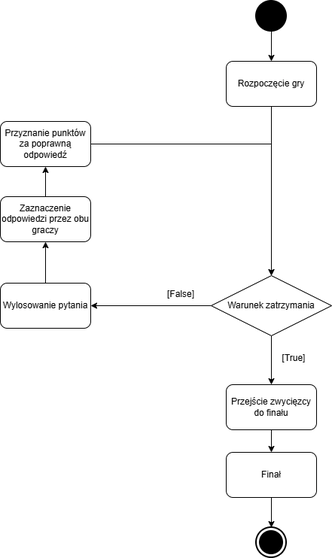
JakHar3/POiIO_JakubHarlacz_BartoszJurkowski_projekt keeps this draw.io diagram as photos/diagram_czyn.png. Above is the earlier version. Source tidied: cells renumbered, new cells last; positions are measured from the earlier drawing's top-left corner, leaving out a move shared by most shapes.
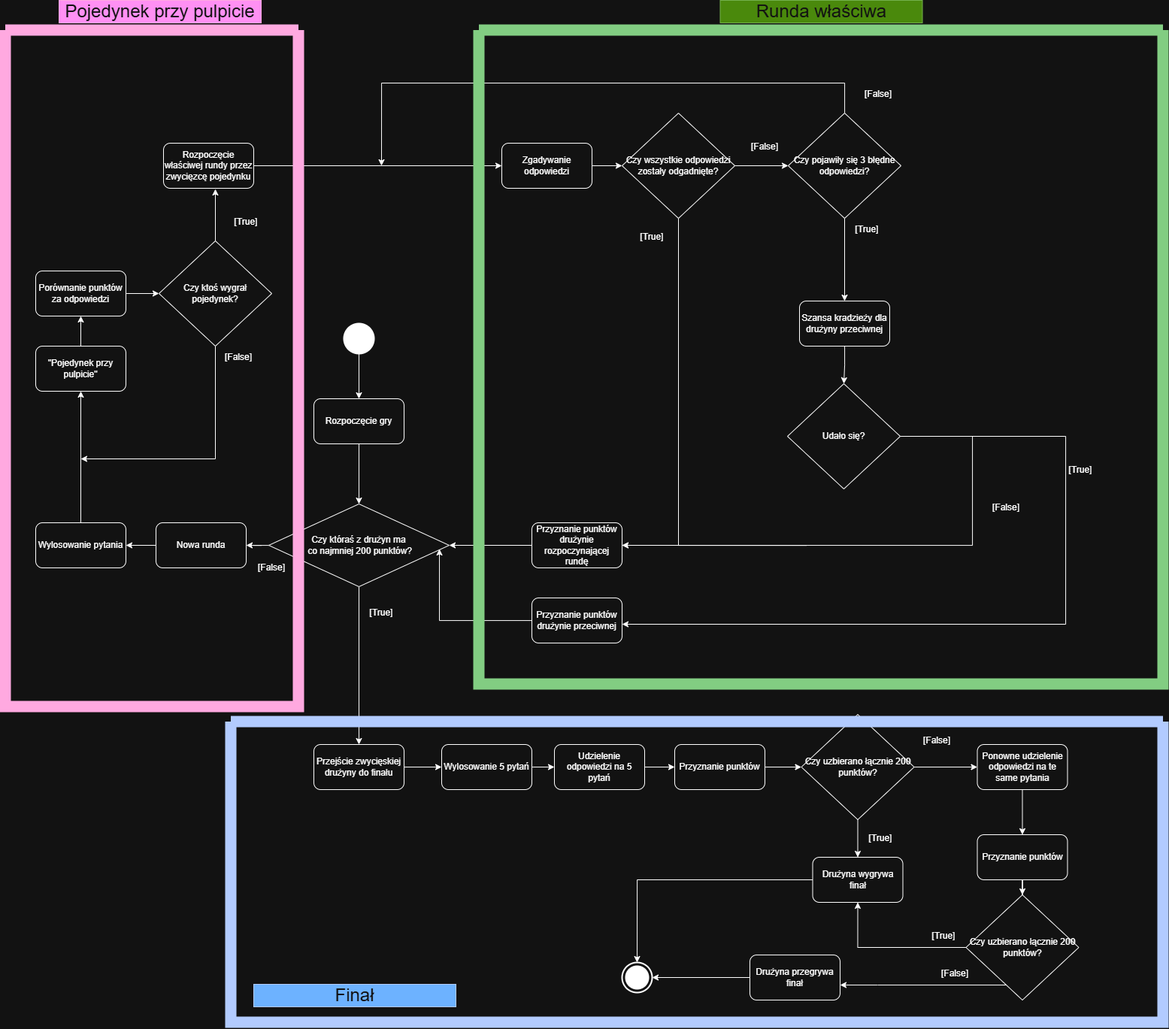
After the change.

Commit message:
Aktualizacja diagramu czynności

Aktualizacja diagramu czynności tak aby był zgodny z finalną wersją.

Diff of the diagram source:
```diff
@@ -6,61 +6,271 @@
       <mxGeometry relative="1" as="geometry" />
     </mxCell>
     <mxCell id="3" value="Rozpoczęcie gry" style="rounded=1;whiteSpace=wrap;html=1;" parent="1" vertex="1">
-      <mxGeometry x="300" y="80" width="120" height="60" as="geometry" />
+      <mxGeometry x="340" y="180" width="120" height="60" as="geometry" />
     </mxCell>
-    <mxCell id="4" style="edgeStyle=orthogonalEdgeStyle;rounded=0;jettySize=auto;html=1;entryX=0.5;entryY=1;entryDx=0;entryDy=0;" parent="1" edge="1" source="5" target="7">
-      <mxGeometry relative="1" as="geometry" />
-    </mxCell>
+    <mxCell id="22" style="edgeStyle=orthogonalEdgeStyle;rounded=0;jettySize=auto;html=1;entryX=0.5;entryY=1;entryDx=0;entryDy=0;" parent="1" edge="1" source="5" target="26">
+      <mxGeometry relative="1" as="geometry" />
+    </mxCell>
     <mxCell id="5" value="Wylosowanie pytania" style="rounded=1;whiteSpace=wrap;html=1;" parent="1" vertex="1">
-      <mxGeometry y="375" width="120" height="60" as="geometry" />
+      <mxGeometry x="-30" y="345" width="120" height="60" as="geometry" />
     </mxCell>
-    <mxCell id="6" style="edgeStyle=orthogonalEdgeStyle;rounded=0;jettySize=auto;html=1;" parent="1" edge="1" source="7" target="12">
-      <mxGeometry relative="1" as="geometry" />
-    </mxCell>
-    <mxCell id="7" value="Zaznaczenie odpowiedzi przez obu graczy" style="rounded=1;whiteSpace=wrap;html=1;" parent="1" vertex="1">
-      <mxGeometry y="260" width="120" height="60" as="geometry" />
-    </mxCell>
-    <mxCell id="8" style="edgeStyle=orthogonalEdgeStyle;rounded=0;jettySize=auto;html=1;entryX=1;entryY=0.5;entryDx=0;entryDy=0;" parent="1" edge="1" source="10" target="5">
-      <mxGeometry relative="1" as="geometry" />
-    </mxCell>
     <mxCell id="9" style="edgeStyle=orthogonalEdgeStyle;rounded=0;jettySize=auto;html=1;entryX=0.5;entryY=0;entryDx=0;entryDy=0;" parent="1" edge="1" source="10" target="15">
       <mxGeometry relative="1" as="geometry" />
     </mxCell>
+    <mxCell id="23" style="edgeStyle=orthogonalEdgeStyle;rounded=0;jettySize=auto;html=1;entryX=1;entryY=0.5;entryDx=0;entryDy=0;" parent="1" edge="1" source="10" target="28">
+      <mxGeometry relative="1" as="geometry" />
+    </mxCell>
-    <mxCell id="10" value="Warunek zatrzymania" style="rhombus;whiteSpace=wrap;html=1;" parent="1" vertex="1">
-      <mxGeometry x="280" y="365" width="160" height="80" as="geometry" />
+    <mxCell id="10" value="Czy któraś z drużyn ma&lt;br&gt;&amp;nbsp;co najmniej 200 punktów?" style="rhombus;whiteSpace=wrap;html=1;" parent="1" vertex="1">
+      <mxGeometry x="280" y="320" width="240" height="110" as="geometry" />
     </mxCell>
-    <mxCell id="11" style="edgeStyle=orthogonalEdgeStyle;rounded=0;jettySize=auto;html=1;entryX=0.5;entryY=0;entryDx=0;entryDy=0;" parent="1" edge="1" source="12" target="10">
-      <mxGeometry relative="1" as="geometry" />
-    </mxCell>
-    <mxCell id="12" value="Przyznanie punktów za poprawną odpowiedź" style="rounded=1;whiteSpace=wrap;html=1;" parent="1" vertex="1">
-      <mxGeometry y="160" width="120" height="60" as="geometry" />
-    </mxCell>
     <mxCell id="13" value="[False]" style="text;html=1;whiteSpace=wrap;strokeColor=none;fillColor=none;align=center;verticalAlign=middle;rounded=0;" parent="1" vertex="1">
-      <mxGeometry x="210" y="375" width="60" height="30" as="geometry" />
+      <mxGeometry x="254" y="390" width="60" height="30" as="geometry" />
     </mxCell>
     <mxCell id="14" style="edgeStyle=orthogonalEdgeStyle;rounded=0;jettySize=auto;html=1;" parent="1" edge="1" source="15" target="19">
       <mxGeometry relative="1" as="geometry" />
     </mxCell>
-    <mxCell id="15" value="Przejście zwycięzcy do finału" style="rounded=1;whiteSpace=wrap;html=1;" parent="1" vertex="1">
-      <mxGeometry x="300" y="510" width="120" height="60" as="geometry" />
+    <mxCell id="15" value="Przejście zwycięskiej drużyny do finału" style="rounded=1;whiteSpace=wrap;html=1;" parent="1" vertex="1">
+      <mxGeometry x="340" y="640" width="120" height="60" as="geometry" />
     </mxCell>
     <mxCell id="16" value="[True]" style="text;html=1;whiteSpace=wrap;strokeColor=none;fillColor=none;align=center;verticalAlign=middle;rounded=0;" parent="1" vertex="1">
-      <mxGeometry x="360" y="460" width="60" height="30" as="geometry" />
+      <mxGeometry x="400" y="450" width="60" height="30" as="geometry" />
     </mxCell>
     <mxCell id="17" style="edgeStyle=orthogonalEdgeStyle;rounded=0;jettySize=auto;html=1;entryX=0.5;entryY=0;entryDx=0;entryDy=0;" parent="1" edge="1" source="18" target="3">
       <mxGeometry relative="1" as="geometry" />
     </mxCell>
     <mxCell id="18" style="shape=ellipse;html=1;fillColor=strokeColor;strokeWidth=2;verticalLabelPosition=bottom;verticalAlignment=top;perimeter=ellipsePerimeter;" parent="1" vertex="1">
-      <mxGeometry x="340" width="40" height="40" as="geometry" />
+      <mxGeometry x="380" y="80" width="40" height="40" as="geometry" />
     </mxCell>
+    <mxCell id="24" style="edgeStyle=orthogonalEdgeStyle;rounded=0;jettySize=auto;html=1;entryX=0;entryY=0.5;entryDx=0;entryDy=0;" parent="1" edge="1" source="19" target="62">
+      <mxGeometry relative="1" as="geometry" />
+    </mxCell>
-    <mxCell id="19" value="Finał" style="rounded=1;whiteSpace=wrap;html=1;" parent="1" vertex="1">
-      <mxGeometry x="300" y="600" width="120" height="60" as="geometry" />
+    <mxCell id="19" value="Wylosowanie 5 pytań" style="rounded=1;whiteSpace=wrap;html=1;" parent="1" vertex="1">
+      <mxGeometry x="510" y="640" width="120" height="60" as="geometry" />
     </mxCell>
     <mxCell id="20" style="html=1;shape=mxgraph.sysml.actFinal;strokeWidth=2;verticalLabelPosition=bottom;verticalAlignment=top;" parent="1" vertex="1">
-      <mxGeometry x="340" y="700" width="40" height="40" as="geometry" />
+      <mxGeometry x="750" y="930" width="40" height="40" as="geometry" />
     </mxCell>
-    <mxCell id="21" style="edgeStyle=orthogonalEdgeStyle;rounded=0;jettySize=auto;html=1;entryX=0.5;entryY=0;entryDx=0;entryDy=0;entryPerimeter=0;" parent="1" edge="1" source="19" target="20">
-      <mxGeometry relative="1" as="geometry" />
-    </mxCell>
+    <mxCell id="25" style="edgeStyle=orthogonalEdgeStyle;rounded=0;jettySize=auto;html=1;entryX=0.5;entryY=1;entryDx=0;entryDy=0;" parent="1" edge="1" source="26" target="30">
+      <mxGeometry relative="1" as="geometry" />
+    </mxCell>
+    <mxCell id="26" value="&quot;Pojedynek przy pulpicie&quot;" style="rounded=1;whiteSpace=wrap;html=1;" parent="1" vertex="1">
+      <mxGeometry x="-30" y="110" width="120" height="60" as="geometry" />
+    </mxCell>
+    <mxCell id="27" style="edgeStyle=orthogonalEdgeStyle;rounded=0;jettySize=auto;html=1;" parent="1" edge="1" source="28" target="5">
+      <mxGeometry relative="1" as="geometry" />
+    </mxCell>
+    <mxCell id="28" value="Nowa runda" style="rounded=1;whiteSpace=wrap;html=1;" parent="1" vertex="1">
+      <mxGeometry x="130" y="345" width="120" height="60" as="geometry" />
+    </mxCell>
+    <mxCell id="29" style="edgeStyle=orthogonalEdgeStyle;rounded=0;jettySize=auto;html=1;entryX=0;entryY=0.5;entryDx=0;entryDy=0;" parent="1" edge="1" source="30" target="36">
+      <mxGeometry relative="1" as="geometry" />
+    </mxCell>
+    <mxCell id="30" value="Porównanie punktów za odpowiedzi" style="rounded=1;whiteSpace=wrap;html=1;" parent="1" vertex="1">
+      <mxGeometry x="-30" y="10" width="120" height="60" as="geometry" />
+    </mxCell>
+    <mxCell id="31" style="edgeStyle=orthogonalEdgeStyle;rounded=0;jettySize=auto;html=1;entryX=0;entryY=0.5;entryDx=0;entryDy=0;" parent="1" edge="1" source="32" target="39">
+      <mxGeometry relative="1" as="geometry" />
+    </mxCell>
+    <mxCell id="32" value="Rozpoczęcie właściwej rundy przez zwycięzcę pojedynku" style="rounded=1;whiteSpace=wrap;html=1;" parent="1" vertex="1">
+      <mxGeometry x="140" y="-160" width="120" height="60" as="geometry" />
+    </mxCell>
+    <mxCell id="33" value="[True]" style="text;html=1;whiteSpace=wrap;strokeColor=none;fillColor=none;align=center;verticalAlign=middle;rounded=0;" parent="1" vertex="1">
+      <mxGeometry x="220" y="-70" width="60" height="30" as="geometry" />
+    </mxCell>
+    <mxCell id="34" value="[False]" style="text;html=1;whiteSpace=wrap;strokeColor=none;fillColor=none;align=center;verticalAlign=middle;rounded=0;" parent="1" vertex="1">
+      <mxGeometry x="210" y="110" width="60" height="30" as="geometry" />
+    </mxCell>
+    <mxCell id="35" style="edgeStyle=orthogonalEdgeStyle;rounded=0;jettySize=auto;html=1;" parent="1" edge="1" source="36">
+      <mxGeometry relative="1" as="geometry">
+        <mxPoint x="30" y="260" as="targetPoint" />
+        <Array as="points">
+          <mxPoint x="209" y="260" />
+        </Array>
+      </mxGeometry>
+    </mxCell>
+    <mxCell id="36" value="Czy ktoś wygrał pojedynek?" style="rhombus;whiteSpace=wrap;html=1;" parent="1" vertex="1">
+      <mxGeometry x="134" y="-30" width="150" height="140" as="geometry" />
+    </mxCell>
+    <mxCell id="37" style="edgeStyle=orthogonalEdgeStyle;rounded=0;jettySize=auto;html=1;entryX=0.575;entryY=1.017;entryDx=0;entryDy=0;entryPerimeter=0;" parent="1" edge="1" source="36" target="32">
+      <mxGeometry relative="1" as="geometry" />
+    </mxCell>
+    <mxCell id="38" style="edgeStyle=orthogonalEdgeStyle;rounded=0;jettySize=auto;html=1;entryX=0;entryY=0.5;entryDx=0;entryDy=0;" parent="1" edge="1" source="39" target="45">
+      <mxGeometry relative="1" as="geometry" />
+    </mxCell>
+    <mxCell id="39" value="Zgadywanie odpowiedzi" style="rounded=1;whiteSpace=wrap;html=1;" parent="1" vertex="1">
+      <mxGeometry x="590" y="-160" width="120" height="60" as="geometry" />
+    </mxCell>
+    <mxCell id="40" style="edgeStyle=orthogonalEdgeStyle;rounded=0;jettySize=auto;html=1;" parent="1" edge="1" source="42">
+      <mxGeometry relative="1" as="geometry">
+        <mxPoint x="430" y="-130" as="targetPoint" />
+        <Array as="points">
+          <mxPoint x="1046" y="-240" />
+          <mxPoint x="430" y="-240" />
+        </Array>
+      </mxGeometry>
+    </mxCell>
+    <mxCell id="41" style="edgeStyle=orthogonalEdgeStyle;rounded=0;jettySize=auto;html=1;entryX=0.5;entryY=0;entryDx=0;entryDy=0;" parent="1" edge="1" source="42" target="53">
+      <mxGeometry relative="1" as="geometry" />
+    </mxCell>
+    <mxCell id="42" value="Czy pojawiły się 3 błędne odpowiedzi?" style="rhombus;whiteSpace=wrap;html=1;" parent="1" vertex="1">
+      <mxGeometry x="971" y="-200" width="150" height="140" as="geometry" />
+    </mxCell>
+    <mxCell id="43" style="edgeStyle=orthogonalEdgeStyle;rounded=0;jettySize=auto;html=1;entryX=1;entryY=0.5;entryDx=0;entryDy=0;" parent="1" edge="1" source="45" target="47">
+      <mxGeometry relative="1" as="geometry">
+        <Array as="points">
+          <mxPoint x="995" y="375" />
+          <mxPoint x="780" y="375" />
+        </Array>
+      </mxGeometry>
+    </mxCell>
+    <mxCell id="44" style="edgeStyle=orthogonalEdgeStyle;rounded=0;jettySize=auto;html=1;entryX=0;entryY=0.5;entryDx=0;entryDy=0;" parent="1" edge="1" source="45" target="42">
+      <mxGeometry relative="1" as="geometry" />
+    </mxCell>
+    <mxCell id="45" value="Czy wszystkie odpowiedzi zostały odgadnięte?" style="rhombus;whiteSpace=wrap;html=1;" parent="1" vertex="1">
+      <mxGeometry x="750" y="-200" width="150" height="140" as="geometry" />
+    </mxCell>
+    <mxCell id="46" style="edgeStyle=orthogonalEdgeStyle;rounded=0;jettySize=auto;html=1;" parent="1" edge="1" source="47" target="10">
+      <mxGeometry relative="1" as="geometry" />
+    </mxCell>
+    <mxCell id="47" value="Przyznanie punktów drużynie rozpoczynającej rundę" style="rounded=1;whiteSpace=wrap;html=1;" parent="1" vertex="1">
+      <mxGeometry x="630" y="345" width="120" height="60" as="geometry" />
+    </mxCell>
+    <mxCell id="48" value="[True]" style="text;html=1;whiteSpace=wrap;strokeColor=none;fillColor=none;align=center;verticalAlign=middle;rounded=0;" parent="1" vertex="1">
+      <mxGeometry x="760" y="-50" width="60" height="30" as="geometry" />
+    </mxCell>
+    <mxCell id="49" value="[False]" style="text;html=1;whiteSpace=wrap;strokeColor=none;fillColor=none;align=center;verticalAlign=middle;rounded=0;" parent="1" vertex="1">
+      <mxGeometry x="910" y="-170" width="60" height="30" as="geometry" />
+    </mxCell>
+    <mxCell id="50" value="[False]" style="text;html=1;whiteSpace=wrap;strokeColor=none;fillColor=none;align=center;verticalAlign=middle;rounded=0;" parent="1" vertex="1">
+      <mxGeometry x="1061" y="-240" width="60" height="30" as="geometry" />
+    </mxCell>
+    <mxCell id="51" value="[True]" style="text;html=1;whiteSpace=wrap;strokeColor=none;fillColor=none;align=center;verticalAlign=middle;rounded=0;" parent="1" vertex="1">
+      <mxGeometry x="1046" y="-60" width="60" height="30" as="geometry" />
+    </mxCell>
+    <mxCell id="52" style="edgeStyle=orthogonalEdgeStyle;rounded=0;jettySize=auto;html=1;entryX=0.5;entryY=0;entryDx=0;entryDy=0;" parent="1" edge="1" source="53" target="56">
+      <mxGeometry relative="1" as="geometry" />
+    </mxCell>
+    <mxCell id="53" value="Szansa kradzieży dla drużyny przeciwnej" style="rounded=1;whiteSpace=wrap;html=1;" parent="1" vertex="1">
+      <mxGeometry x="986" y="50" width="120" height="60" as="geometry" />
+    </mxCell>
+    <mxCell id="54" style="edgeStyle=orthogonalEdgeStyle;rounded=0;jettySize=auto;html=1;entryX=1;entryY=0.5;entryDx=0;entryDy=0;" parent="1" edge="1" source="56" target="47">
+      <mxGeometry relative="1" as="geometry">
+        <Array as="points">
+          <mxPoint x="1216" y="375" />
+        </Array>
+      </mxGeometry>
+    </mxCell>
+    <mxCell id="55" style="edgeStyle=orthogonalEdgeStyle;rounded=0;jettySize=auto;html=1;" parent="1" edge="1" source="56" target="59">
+      <mxGeometry relative="1" as="geometry">
+        <Array as="points">
+          <mxPoint x="1340" y="230" />
+          <mxPoint x="1340" y="480" />
+        </Array>
+      </mxGeometry>
+    </mxCell>
+    <mxCell id="56" value="Udało się?" style="rhombus;whiteSpace=wrap;html=1;" parent="1" vertex="1">
+      <mxGeometry x="970" y="160" width="150" height="140" as="geometry" />
+    </mxCell>
+    <mxCell id="57" value="[False]" style="text;html=1;whiteSpace=wrap;strokeColor=none;fillColor=none;align=center;verticalAlign=middle;rounded=0;" parent="1" vertex="1">
+      <mxGeometry x="1231" y="310" width="60" height="30" as="geometry" />
+    </mxCell>
+    <mxCell id="58" value="[True]" style="text;html=1;whiteSpace=wrap;strokeColor=none;fillColor=none;align=center;verticalAlign=middle;rounded=0;" parent="1" vertex="1">
+      <mxGeometry x="1330" y="260" width="60" height="30" as="geometry" />
+    </mxCell>
+    <mxCell id="59" value="Przyznanie punktów drużynie przeciwnej" style="rounded=1;whiteSpace=wrap;html=1;" parent="1" vertex="1">
+      <mxGeometry x="630" y="445" width="120" height="60" as="geometry" />
+    </mxCell>
+    <mxCell id="60" style="edgeStyle=orthogonalEdgeStyle;rounded=0;jettySize=auto;html=1;entryX=0.946;entryY=0.545;entryDx=0;entryDy=0;entryPerimeter=0;" parent="1" edge="1" source="59" target="10">
+      <mxGeometry relative="1" as="geometry" />
+    </mxCell>
+    <mxCell id="61" style="edgeStyle=orthogonalEdgeStyle;rounded=0;jettySize=auto;html=1;entryX=0;entryY=0.5;entryDx=0;entryDy=0;" parent="1" edge="1" source="62" target="76">
+      <mxGeometry relative="1" as="geometry" />
+    </mxCell>
+    <mxCell id="62" value="Udzielenie odpowiedzi na 5 pytań" style="rounded=1;whiteSpace=wrap;html=1;" parent="1" vertex="1">
+      <mxGeometry x="660" y="640" width="120" height="60" as="geometry" />
+    </mxCell>
+    <mxCell id="63" style="edgeStyle=orthogonalEdgeStyle;rounded=0;jettySize=auto;html=1;entryX=0.5;entryY=0;entryDx=0;entryDy=0;" parent="1" edge="1" source="65" target="68">
+      <mxGeometry relative="1" as="geometry" />
+    </mxCell>
+    <mxCell id="64" style="edgeStyle=orthogonalEdgeStyle;rounded=0;jettySize=auto;html=1;" parent="1" edge="1" source="65" target="71">
+      <mxGeometry relative="1" as="geometry" />
+    </mxCell>
+    <mxCell id="65" value="Czy uzbierano łącznie 200 punktów?" style="rhombus;whiteSpace=wrap;html=1;" parent="1" vertex="1">
+      <mxGeometry x="988.5" y="600" width="150" height="140" as="geometry" />
+    </mxCell>
+    <mxCell id="66" value="[False]" style="text;html=1;whiteSpace=wrap;strokeColor=none;fillColor=none;align=center;verticalAlign=middle;rounded=0;" parent="1" vertex="1">
+      <mxGeometry x="1138.5" y="620" width="60" height="30" as="geometry" />
+    </mxCell>
+    <mxCell id="67" value="[True]" style="text;html=1;whiteSpace=wrap;strokeColor=none;fillColor=none;align=center;verticalAlign=middle;rounded=0;" parent="1" vertex="1">
+      <mxGeometry x="1063.5" y="750" width="60" height="30" as="geometry" />
+    </mxCell>
+    <mxCell id="68" value="Drużyna wygrywa finał" style="rounded=1;whiteSpace=wrap;html=1;" parent="1" vertex="1">
+      <mxGeometry x="1003.5" y="790" width="120" height="60" as="geometry" />
+    </mxCell>
+    <mxCell id="69" style="edgeStyle=orthogonalEdgeStyle;rounded=0;jettySize=auto;html=1;entryX=0.5;entryY=0;entryDx=0;entryDy=0;entryPerimeter=0;" parent="1" edge="1" source="68" target="20">
+      <mxGeometry relative="1" as="geometry" />
+    </mxCell>
+    <mxCell id="70" style="edgeStyle=orthogonalEdgeStyle;rounded=0;jettySize=auto;html=1;entryX=0.5;entryY=0;entryDx=0;entryDy=0;" parent="1" edge="1" source="71" target="78">
+      <mxGeometry relative="1" as="geometry" />
+    </mxCell>
+    <mxCell id="71" value="Ponowne udzielenie odpowiedzi na te same pytania" style="rounded=1;whiteSpace=wrap;html=1;" parent="1" vertex="1">
+      <mxGeometry x="1222.5" y="640" width="120" height="60" as="geometry" />
+    </mxCell>
+    <mxCell id="72" style="edgeStyle=orthogonalEdgeStyle;rounded=0;jettySize=auto;html=1;entryX=0.5;entryY=1;entryDx=0;entryDy=0;" parent="1" edge="1" source="74" target="68">
+      <mxGeometry relative="1" as="geometry" />
+    </mxCell>
+    <mxCell id="73" style="edgeStyle=orthogonalEdgeStyle;rounded=0;jettySize=auto;html=1;" parent="1" edge="1" source="74" target="81">
+      <mxGeometry relative="1" as="geometry">
+        <Array as="points">
+          <mxPoint x="1090" y="960" />
+          <mxPoint x="1090" y="960" />
+        </Array>
+      </mxGeometry>
+    </mxCell>
+    <mxCell id="74" value="Czy uzbierano łącznie 200 punktów?" style="rhombus;whiteSpace=wrap;html=1;" parent="1" vertex="1">
+      <mxGeometry x="1207.5" y="840" width="150" height="140" as="geometry" />
+    </mxCell>
+    <mxCell id="75" style="edgeStyle=orthogonalEdgeStyle;rounded=0;jettySize=auto;html=1;entryX=0;entryY=0.5;entryDx=0;entryDy=0;" parent="1" edge="1" source="76" target="65">
+      <mxGeometry relative="1" as="geometry" />
+    </mxCell>
+    <mxCell id="76" value="Przyznanie punktów" style="rounded=1;whiteSpace=wrap;html=1;" parent="1" vertex="1">
+      <mxGeometry x="820" y="640" width="120" height="60" as="geometry" />
+    </mxCell>
+    <mxCell id="77" style="edgeStyle=orthogonalEdgeStyle;rounded=0;jettySize=auto;html=1;entryX=0.5;entryY=0;entryDx=0;entryDy=0;" parent="1" edge="1" source="78" target="74">
+      <mxGeometry relative="1" as="geometry" />
+    </mxCell>
+    <mxCell id="78" value="Przyznanie punktów" style="rounded=1;whiteSpace=wrap;html=1;" parent="1" vertex="1">
+      <mxGeometry x="1222.5" y="760" width="120" height="60" as="geometry" />
+    </mxCell>
+    <mxCell id="79" value="[True]" style="text;html=1;whiteSpace=wrap;strokeColor=none;fillColor=none;align=center;verticalAlign=middle;rounded=0;" parent="1" vertex="1">
+      <mxGeometry x="1147.5" y="880" width="60" height="30" as="geometry" />
+    </mxCell>
+    <mxCell id="80" value="[False]" style="text;html=1;whiteSpace=wrap;strokeColor=none;fillColor=none;align=center;verticalAlign=middle;rounded=0;" parent="1" vertex="1">
+      <mxGeometry x="1162.5" y="930" width="60" height="30" as="geometry" />
+    </mxCell>
+    <mxCell id="81" value="Drużyna przegrywa finał" style="rounded=1;whiteSpace=wrap;html=1;" parent="1" vertex="1">
+      <mxGeometry x="920" y="920" width="120" height="60" as="geometry" />
+    </mxCell>
+    <mxCell id="82" style="edgeStyle=orthogonalEdgeStyle;rounded=0;jettySize=auto;html=1;entryX=1;entryY=0.5;entryDx=0;entryDy=0;entryPerimeter=0;" parent="1" edge="1" source="81" target="20">
+      <mxGeometry relative="1" as="geometry" />
+    </mxCell>
+    <mxCell id="83" style="swimlane;startSize=0;fillColor=#008a00;fontColor=#ffffff;strokeColor=#005700;strokeWidth=15;" parent="1" vertex="1">
+      <mxGeometry x="560" y="-310" width="910" height="870" as="geometry" />
+    </mxCell>
+    <mxCell id="84" value="&lt;font style=&quot;font-size: 24px;&quot;&gt;Runda właściwa&lt;/font&gt;" style="text;html=1;whiteSpace=wrap;strokeColor=#2D7600;fillColor=#60a917;align=center;verticalAlign=middle;rounded=0;fontColor=#ffffff;" parent="1" vertex="1">
+      <mxGeometry x="880.5" y="-350" width="269" height="30" as="geometry" />
+    </mxCell>
+    <mxCell id="85" style="swimlane;startSize=0;fillColor=#d80073;fontColor=#ffffff;strokeColor=#A50040;strokeWidth=15;" parent="1" vertex="1">
+      <mxGeometry x="-70" y="-310" width="390" height="900" as="geometry" />
+    </mxCell>
+    <mxCell id="86" value="&lt;font style=&quot;font-size: 24px;&quot;&gt;Pojedynek przy pulpicie&lt;/font&gt;" style="text;html=1;whiteSpace=wrap;strokeColor=#A50040;fillColor=#d80073;align=center;verticalAlign=middle;rounded=0;fontColor=#ffffff;" parent="1" vertex="1">
+      <mxGeometry x="1" y="-350" width="269" height="30" as="geometry" />
+    </mxCell>
+    <mxCell id="87" style="swimlane;startSize=0;fillColor=#0050ef;fontColor=#ffffff;strokeColor=#001DBC;strokeWidth=15;" parent="1" vertex="1">
+      <mxGeometry x="230" y="610" width="1240" height="400" as="geometry" />
+    </mxCell>
+    <mxCell id="88" value="&lt;font style=&quot;font-size: 24px;&quot;&gt;Finał&lt;/font&gt;" style="text;html=1;whiteSpace=wrap;strokeColor=#001DBC;fillColor=#0050ef;align=center;verticalAlign=middle;rounded=0;fontColor=#ffffff;" parent="87" vertex="1">
+      <mxGeometry x="30" y="349" width="269" height="30" as="geometry" />
+    </mxCell>
   </root>
 </mxGraphModel>
```
